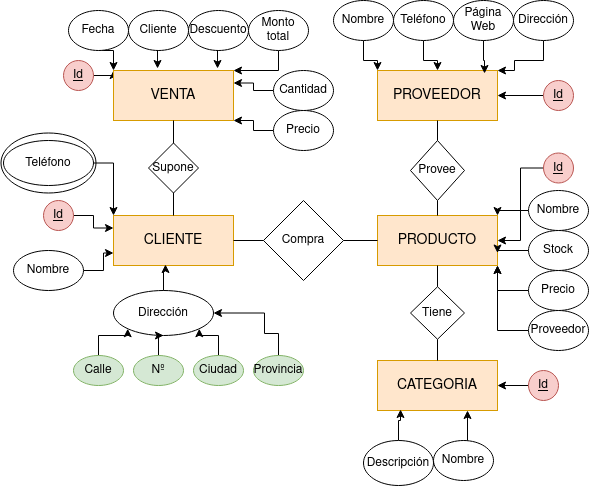
Earlier version of the draw.io export Unidad-1/Tareas/Tarea 1/Diagrama-tarea.drawio.png (IsaiasTolP/Base-Datos). Source tidied: cells renumbered, new cells last; positions are measured from the earlier drawing's top-left corner, leaving out a move shared by most shapes.
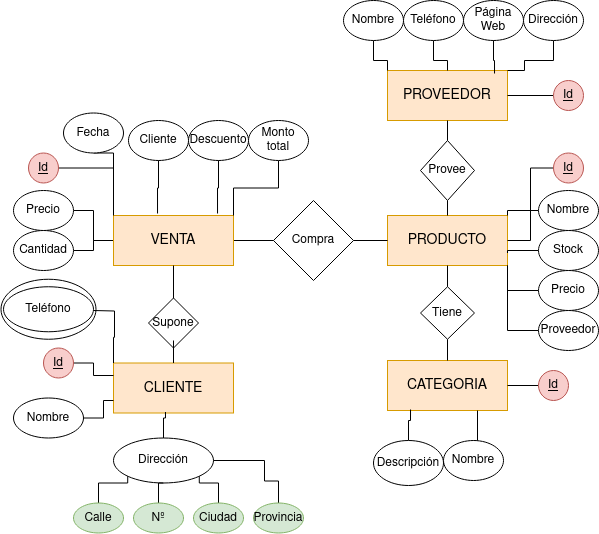
Above is the later version.

The edit, as a diff of the source:
```diff
@@ -6,7 +6,7 @@
       <mxGeometry x="376" y="70" width="120" height="50" as="geometry" />
     </mxCell>
     <mxCell id="3" value="CLIENTE" style="rounded=0;whiteSpace=wrap;html=1;fillColor=#ffe6cc;strokeColor=#d79b00;fontSize=14;" parent="1" vertex="1">
-      <mxGeometry x="112" y="215" width="120" height="50" as="geometry" />
+      <mxGeometry x="102" y="362.5" width="120" height="50" as="geometry" />
     </mxCell>
     <mxCell id="4" value="PRODUCTO" style="rounded=0;whiteSpace=wrap;html=1;fillColor=#ffe6cc;strokeColor=#d79b00;fontSize=14;" parent="1" vertex="1">
       <mxGeometry x="376" y="215" width="120" height="50" as="geometry" />
@@ -17,80 +17,77 @@
     <mxCell id="6" value="Compra" style="rhombus;whiteSpace=wrap;html=1;" parent="1" vertex="1">
       <mxGeometry x="262" y="200" width="80" height="80" as="geometry" />
     </mxCell>
-    <mxCell id="7" style="endArrow=none;html=1;rounded=0;exitX=1;exitY=0.5;exitDx=0;exitDy=0;entryX=0;entryY=0.5;entryDx=0;entryDy=0;" parent="1" edge="1" source="3" target="6">
-      <mxGeometry relative="1" as="geometry" />
-    </mxCell>
     <mxCell id="8" style="endArrow=none;html=1;rounded=0;exitX=1;exitY=0.5;exitDx=0;exitDy=0;entryX=0;entryY=0.5;entryDx=0;entryDy=0;" parent="1" edge="1" source="6" target="4">
       <mxGeometry relative="1" as="geometry" />
     </mxCell>
-    <mxCell id="9" style="edgeStyle=orthogonalEdgeStyle;rounded=0;jettySize=auto;html=1;entryX=1;entryY=0.5;entryDx=0;entryDy=0;" parent="1" edge="1" source="10" target="2">
+    <mxCell id="9" style="edgeStyle=orthogonalEdgeStyle;rounded=0;jettySize=auto;html=1;entryX=1;entryY=0.5;entryDx=0;entryDy=0;endArrow=none;endFill=0;" parent="1" edge="1" source="10" target="2">
       <mxGeometry relative="1" as="geometry" />
     </mxCell>
     <mxCell id="10" value="Id" style="ellipse;whiteSpace=wrap;html=1;fontStyle=4;fillColor=#f8cecc;strokeColor=#b85450;" parent="1" vertex="1">
       <mxGeometry x="542" y="80" width="30" height="30" as="geometry" />
     </mxCell>
-    <mxCell id="11" style="edgeStyle=orthogonalEdgeStyle;rounded=0;jettySize=auto;html=1;entryX=0;entryY=0.25;entryDx=0;entryDy=0;" parent="1" edge="1" source="12" target="3">
+    <mxCell id="11" style="edgeStyle=orthogonalEdgeStyle;rounded=0;jettySize=auto;html=1;entryX=0;entryY=0.25;entryDx=0;entryDy=0;endArrow=none;endFill=0;" parent="1" edge="1" source="12" target="3">
       <mxGeometry relative="1" as="geometry" />
     </mxCell>
     <mxCell id="12" value="Id" style="ellipse;whiteSpace=wrap;html=1;fontStyle=4;fillColor=#f8cecc;strokeColor=#b85450;" parent="1" vertex="1">
-      <mxGeometry x="42" y="200" width="30" height="30" as="geometry" />
+      <mxGeometry x="32" y="347.5" width="30" height="30" as="geometry" />
     </mxCell>
     <mxCell id="13" value="Dirección" style="ellipse;whiteSpace=wrap;html=1;" parent="1" vertex="1">
-      <mxGeometry x="112" y="290" width="100" height="45" as="geometry" />
+      <mxGeometry x="102" y="437.5" width="100" height="45" as="geometry" />
     </mxCell>
-    <mxCell id="14" style="edgeStyle=orthogonalEdgeStyle;rounded=0;jettySize=auto;html=1;exitX=1;exitY=0.5;exitDx=0;exitDy=0;entryX=0;entryY=0;entryDx=0;entryDy=0;" parent="1" edge="1" source="15" target="48">
+    <mxCell id="14" style="edgeStyle=orthogonalEdgeStyle;rounded=0;jettySize=auto;html=1;exitX=1;exitY=0.5;exitDx=0;exitDy=0;entryX=0;entryY=0;entryDx=0;entryDy=0;endArrow=none;endFill=0;" parent="1" edge="1" source="15" target="48">
       <mxGeometry relative="1" as="geometry" />
     </mxCell>
     <mxCell id="15" value="Id" style="ellipse;whiteSpace=wrap;html=1;fontStyle=4;fillColor=#f8cecc;strokeColor=#b85450;" parent="1" vertex="1">
-      <mxGeometry x="62" y="60" width="30" height="30" as="geometry" />
+      <mxGeometry x="17" y="152.5" width="30" height="30" as="geometry" />
     </mxCell>
-    <mxCell id="16" style="edgeStyle=orthogonalEdgeStyle;rounded=0;jettySize=auto;html=1;entryX=1;entryY=1;entryDx=0;entryDy=0;" parent="1" edge="1" source="17" target="13">
+    <mxCell id="16" style="edgeStyle=orthogonalEdgeStyle;rounded=0;jettySize=auto;html=1;entryX=1;entryY=1;entryDx=0;entryDy=0;endArrow=none;endFill=0;" parent="1" edge="1" source="17" target="13">
       <mxGeometry relative="1" as="geometry" />
     </mxCell>
     <mxCell id="17" value="Ciudad" style="ellipse;whiteSpace=wrap;html=1;fillColor=#d5e8d4;strokeColor=#82b366;" parent="1" vertex="1">
-      <mxGeometry x="192" y="355" width="50" height="30" as="geometry" />
+      <mxGeometry x="182" y="502.5" width="50" height="30" as="geometry" />
     </mxCell>
-    <mxCell id="18" style="edgeStyle=orthogonalEdgeStyle;rounded=0;jettySize=auto;html=1;entryX=1;entryY=0.5;entryDx=0;entryDy=0;" parent="1" edge="1" source="19" target="13">
+    <mxCell id="18" style="edgeStyle=orthogonalEdgeStyle;rounded=0;jettySize=auto;html=1;entryX=1;entryY=0.5;entryDx=0;entryDy=0;endArrow=none;endFill=0;" parent="1" edge="1" source="19" target="13">
       <mxGeometry relative="1" as="geometry">
         <Array as="points">
-          <mxPoint x="277" y="333" />
-          <mxPoint x="263" y="333" />
-          <mxPoint x="263" y="313" />
+          <mxPoint x="267" y="480.5" />
+          <mxPoint x="253" y="480.5" />
+          <mxPoint x="253" y="460.5" />
         </Array>
       </mxGeometry>
     </mxCell>
     <mxCell id="19" value="Provincia" style="ellipse;whiteSpace=wrap;html=1;fillColor=#d5e8d4;strokeColor=#82b366;" parent="1" vertex="1">
-      <mxGeometry x="252" y="355" width="50" height="30" as="geometry" />
+      <mxGeometry x="242" y="502.5" width="50" height="30" as="geometry" />
     </mxCell>
-    <mxCell id="20" style="edgeStyle=orthogonalEdgeStyle;rounded=0;jettySize=auto;html=1;entryX=0;entryY=1;entryDx=0;entryDy=0;" parent="1" edge="1" source="21" target="13">
+    <mxCell id="20" style="edgeStyle=orthogonalEdgeStyle;rounded=0;jettySize=auto;html=1;entryX=0;entryY=1;entryDx=0;entryDy=0;endArrow=none;endFill=0;" parent="1" edge="1" source="21" target="13">
       <mxGeometry relative="1" as="geometry" />
     </mxCell>
     <mxCell id="21" value="Calle" style="ellipse;whiteSpace=wrap;html=1;fillColor=#d5e8d4;strokeColor=#82b366;" parent="1" vertex="1">
-      <mxGeometry x="72" y="355" width="50" height="30" as="geometry" />
+      <mxGeometry x="62" y="502.5" width="50" height="30" as="geometry" />
     </mxCell>
-    <mxCell id="22" style="edgeStyle=orthogonalEdgeStyle;rounded=0;jettySize=auto;html=1;entryX=0.5;entryY=1;entryDx=0;entryDy=0;" parent="1" edge="1" source="23" target="13">
+    <mxCell id="22" style="edgeStyle=orthogonalEdgeStyle;rounded=0;jettySize=auto;html=1;entryX=0.5;entryY=1;entryDx=0;entryDy=0;endArrow=none;endFill=0;" parent="1" edge="1" source="23" target="13">
       <mxGeometry relative="1" as="geometry">
         <Array as="points">
-          <mxPoint x="157" y="335" />
+          <mxPoint x="147" y="482.5" />
         </Array>
       </mxGeometry>
     </mxCell>
     <mxCell id="23" value="Nº" style="ellipse;whiteSpace=wrap;html=1;fillColor=#d5e8d4;strokeColor=#82b366;" parent="1" vertex="1">
-      <mxGeometry x="132" y="355" width="50" height="30" as="geometry" />
+      <mxGeometry x="122" y="502.5" width="50" height="30" as="geometry" />
     </mxCell>
-    <mxCell id="24" style="edgeStyle=orthogonalEdgeStyle;rounded=0;jettySize=auto;html=1;entryX=0;entryY=0.75;entryDx=0;entryDy=0;" parent="1" edge="1" source="25" target="3">
+    <mxCell id="24" style="edgeStyle=orthogonalEdgeStyle;rounded=0;jettySize=auto;html=1;entryX=0;entryY=0.75;entryDx=0;entryDy=0;endArrow=none;endFill=0;" parent="1" edge="1" source="25" target="3">
       <mxGeometry relative="1" as="geometry" />
     </mxCell>
     <mxCell id="25" value="Nombre" style="ellipse;whiteSpace=wrap;html=1;" parent="1" vertex="1">
-      <mxGeometry x="12" y="250" width="70" height="40" as="geometry" />
+      <mxGeometry x="2" y="397.5" width="70" height="40" as="geometry" />
     </mxCell>
-    <mxCell id="26" style="edgeStyle=orthogonalEdgeStyle;rounded=0;jettySize=auto;html=1;entryX=0;entryY=0;entryDx=0;entryDy=0;" parent="1" edge="1" source="27" target="2">
+    <mxCell id="26" style="edgeStyle=orthogonalEdgeStyle;rounded=0;jettySize=auto;html=1;entryX=0;entryY=0;entryDx=0;entryDy=0;endArrow=none;endFill=0;" parent="1" edge="1" source="27" target="2">
       <mxGeometry relative="1" as="geometry" />
     </mxCell>
     <mxCell id="27" value="Nombre" style="ellipse;whiteSpace=wrap;html=1;" parent="1" vertex="1">
       <mxGeometry x="332" width="60" height="40" as="geometry" />
     </mxCell>
-    <mxCell id="28" style="edgeStyle=orthogonalEdgeStyle;rounded=0;jettySize=auto;html=1;entryX=1;entryY=0;entryDx=0;entryDy=0;" parent="1" edge="1" source="29" target="2">
+    <mxCell id="28" style="edgeStyle=orthogonalEdgeStyle;rounded=0;jettySize=auto;html=1;entryX=1;entryY=0;entryDx=0;entryDy=0;endArrow=none;endFill=0;" parent="1" edge="1" source="29" target="2">
       <mxGeometry relative="1" as="geometry">
         <Array as="points">
           <mxPoint x="542" y="60" />
@@ -105,16 +102,16 @@
     <mxCell id="30" value="Página Web" style="ellipse;whiteSpace=wrap;html=1;" parent="1" vertex="1">
       <mxGeometry x="452" width="60" height="40" as="geometry" />
     </mxCell>
-    <mxCell id="31" style="edgeStyle=orthogonalEdgeStyle;rounded=0;jettySize=auto;html=1;entryX=0.5;entryY=0;entryDx=0;entryDy=0;" parent="1" edge="1" source="32" target="2">
+    <mxCell id="31" style="edgeStyle=orthogonalEdgeStyle;rounded=0;jettySize=auto;html=1;entryX=0.5;entryY=0;entryDx=0;entryDy=0;endArrow=none;endFill=0;" parent="1" edge="1" source="32" target="2">
       <mxGeometry relative="1" as="geometry" />
     </mxCell>
     <mxCell id="32" value="Teléfono" style="ellipse;whiteSpace=wrap;html=1;" parent="1" vertex="1">
       <mxGeometry x="392" width="60" height="40" as="geometry" />
     </mxCell>
-    <mxCell id="33" style="edgeStyle=orthogonalEdgeStyle;rounded=0;jettySize=auto;html=1;entryX=0.892;entryY=0.06;entryDx=0;entryDy=0;entryPerimeter=0;" parent="1" edge="1" source="30" target="2">
+    <mxCell id="33" style="edgeStyle=orthogonalEdgeStyle;rounded=0;jettySize=auto;html=1;entryX=0.892;entryY=0.06;entryDx=0;entryDy=0;entryPerimeter=0;endArrow=none;endFill=0;" parent="1" edge="1" source="30" target="2">
       <mxGeometry relative="1" as="geometry" />
     </mxCell>
-    <mxCell id="34" style="edgeStyle=orthogonalEdgeStyle;rounded=0;jettySize=auto;html=1;entryX=0.433;entryY=0.98;entryDx=0;entryDy=0;entryPerimeter=0;" parent="1" edge="1" source="13" target="3">
+    <mxCell id="34" style="edgeStyle=orthogonalEdgeStyle;rounded=0;jettySize=auto;html=1;entryX=0.433;entryY=0.98;entryDx=0;entryDy=0;entryPerimeter=0;endArrow=none;endFill=0;" parent="1" edge="1" source="13" target="3">
       <mxGeometry relative="1" as="geometry" />
     </mxCell>
     <mxCell id="35" value="Provee" style="rhombus;whiteSpace=wrap;html=1;" parent="1" vertex="1">
@@ -136,110 +133,116 @@
       <mxGeometry relative="1" as="geometry" />
     </mxCell>
     <mxCell id="41" style="ellipse;whiteSpace=wrap;html=1;" parent="1" vertex="1">
-      <mxGeometry x="-0.5" y="132.5" width="95" height="60" as="geometry" />
+      <mxGeometry x="-10.5" y="278.8" width="95" height="60" as="geometry" />
     </mxCell>
-    <mxCell id="42" style="edgeStyle=orthogonalEdgeStyle;rounded=0;jettySize=auto;html=1;exitX=1;exitY=0.5;exitDx=0;exitDy=0;entryX=0;entryY=0;entryDx=0;entryDy=0;" parent="1" edge="1" source="43" target="3">
-      <mxGeometry relative="1" as="geometry" />
+    <mxCell id="42" style="edgeStyle=orthogonalEdgeStyle;rounded=0;jettySize=auto;html=1;exitX=1;exitY=0.5;exitDx=0;exitDy=0;entryX=0;entryY=0;entryDx=0;entryDy=0;endArrow=none;endFill=0;" parent="1" edge="1" target="3">
+      <mxGeometry relative="1" as="geometry">
+        <mxPoint x="82" y="310" as="sourcePoint" />
+      </mxGeometry>
     </mxCell>
     <mxCell id="43" value="Teléfono" style="ellipse;whiteSpace=wrap;html=1;" parent="1" vertex="1">
-      <mxGeometry x="2" y="140" width="90" height="45" as="geometry" />
+      <mxGeometry x="-8" y="286.2" width="90" height="45" as="geometry" />
     </mxCell>
-    <mxCell id="44" style="edgeStyle=orthogonalEdgeStyle;rounded=0;jettySize=auto;html=1;entryX=1;entryY=1;entryDx=0;entryDy=0;" parent="1" edge="1" source="45" target="48">
-      <mxGeometry relative="1" as="geometry">
-        <Array as="points">
-          <mxPoint x="252" y="130" />
-          <mxPoint x="252" y="120" />
-        </Array>
-      </mxGeometry>
+    <mxCell id="44" style="edgeStyle=orthogonalEdgeStyle;rounded=0;jettySize=auto;html=1;exitX=1;exitY=0.5;exitDx=0;exitDy=0;entryX=0;entryY=0.5;entryDx=0;entryDy=0;endArrow=none;endFill=0;" parent="1" edge="1" source="45" target="48">
+      <mxGeometry relative="1" as="geometry" />
     </mxCell>
     <mxCell id="45" value="Precio" style="ellipse;whiteSpace=wrap;html=1;" parent="1" vertex="1">
-      <mxGeometry x="272" y="110" width="60" height="40" as="geometry" />
+      <mxGeometry x="2" y="190" width="60" height="40" as="geometry" />
     </mxCell>
-    <mxCell id="46" style="edgeStyle=orthogonalEdgeStyle;rounded=0;jettySize=auto;html=1;entryX=1;entryY=0.25;entryDx=0;entryDy=0;" parent="1" edge="1" source="47" target="48">
+    <mxCell id="46" style="edgeStyle=orthogonalEdgeStyle;rounded=0;jettySize=auto;html=1;endArrow=none;endFill=0;" parent="1" edge="1" source="47" target="48">
       <mxGeometry relative="1" as="geometry" />
     </mxCell>
     <mxCell id="47" value="Cantidad" style="ellipse;whiteSpace=wrap;html=1;" parent="1" vertex="1">
-      <mxGeometry x="272" y="70" width="60" height="40" as="geometry" />
+      <mxGeometry x="2" y="230" width="60" height="40" as="geometry" />
     </mxCell>
+    <mxCell id="76" style="edgeStyle=orthogonalEdgeStyle;rounded=0;jettySize=auto;html=1;endArrow=none;endFill=0;" parent="1" edge="1" source="48" target="6">
+      <mxGeometry relative="1" as="geometry" />
+    </mxCell>
     <mxCell id="48" value="VENTA" style="rounded=0;whiteSpace=wrap;html=1;fillColor=#ffe6cc;strokeColor=#d79b00;fontSize=14;" parent="1" vertex="1">
-      <mxGeometry x="112" y="70" width="120" height="50" as="geometry" />
+      <mxGeometry x="102" y="215" width="120" height="50" as="geometry" />
     </mxCell>
     <mxCell id="49" value="Supone" style="rhombus;whiteSpace=wrap;html=1;" parent="1" vertex="1">
-      <mxGeometry x="147" y="142.5" width="50" height="50" as="geometry" />
+      <mxGeometry x="137" y="297.5" width="50" height="50" as="geometry" />
     </mxCell>
     <mxCell id="50" style="endArrow=none;html=1;rounded=0;entryX=0.5;entryY=1;entryDx=0;entryDy=0;exitX=0.5;exitY=0;exitDx=0;exitDy=0;" parent="1" edge="1" source="49" target="48">
       <mxGeometry relative="1" as="geometry" />
     </mxCell>
-    <mxCell id="51" style="endArrow=none;html=1;rounded=0;entryX=0.5;entryY=1;entryDx=0;entryDy=0;exitX=0.5;exitY=0;exitDx=0;exitDy=0;" parent="1" edge="1" source="3" target="49">
-      <mxGeometry relative="1" as="geometry" />
+    <mxCell id="51" style="endArrow=none;html=1;rounded=0;entryX=0.5;entryY=1;entryDx=0;entryDy=0;exitX=0.5;exitY=0;exitDx=0;exitDy=0;" parent="1" edge="1" source="3">
+      <mxGeometry relative="1" as="geometry">
+        <mxPoint x="162" y="340" as="targetPoint" />
+      </mxGeometry>
     </mxCell>
-    <mxCell id="52" style="edgeStyle=orthogonalEdgeStyle;rounded=0;jettySize=auto;html=1;exitX=0.5;exitY=1;exitDx=0;exitDy=0;entryX=0;entryY=0;entryDx=0;entryDy=0;" parent="1" edge="1" source="53" target="48">
-      <mxGeometry relative="1" as="geometry" />
+    <mxCell id="52" style="edgeStyle=orthogonalEdgeStyle;rounded=0;jettySize=auto;html=1;exitX=0.5;exitY=1;exitDx=0;exitDy=0;entryX=0;entryY=0;entryDx=0;entryDy=0;endArrow=none;endFill=0;" parent="1" edge="1" source="53" target="48">
+      <mxGeometry relative="1" as="geometry">
+        <Array as="points">
+          <mxPoint x="102" y="153" />
+        </Array>
+      </mxGeometry>
     </mxCell>
     <mxCell id="53" value="Fecha" style="ellipse;whiteSpace=wrap;html=1;" parent="1" vertex="1">
-      <mxGeometry x="67" y="10" width="60" height="40" as="geometry" />
+      <mxGeometry x="52" y="112.5" width="60" height="40" as="geometry" />
     </mxCell>
     <mxCell id="54" value="Cliente" style="ellipse;whiteSpace=wrap;html=1;" parent="1" vertex="1">
-      <mxGeometry x="127" y="10" width="60" height="40" as="geometry" />
+      <mxGeometry x="117" y="120" width="60" height="40" as="geometry" />
     </mxCell>
     <mxCell id="55" value="Descuento" style="ellipse;whiteSpace=wrap;html=1;" parent="1" vertex="1">
-      <mxGeometry x="187" y="10" width="60" height="40" as="geometry" />
+      <mxGeometry x="177" y="120" width="60" height="40" as="geometry" />
     </mxCell>
-    <mxCell id="56" style="edgeStyle=orthogonalEdgeStyle;rounded=0;jettySize=auto;html=1;exitX=0;exitY=0.5;exitDx=0;exitDy=0;entryX=1;entryY=0.5;entryDx=0;entryDy=0;" parent="1" edge="1" source="57" target="5">
+    <mxCell id="56" style="edgeStyle=orthogonalEdgeStyle;rounded=0;jettySize=auto;html=1;exitX=0;exitY=0.5;exitDx=0;exitDy=0;entryX=1;entryY=0.5;entryDx=0;entryDy=0;endArrow=none;endFill=0;" parent="1" edge="1" source="57" target="5">
       <mxGeometry relative="1" as="geometry" />
     </mxCell>
     <mxCell id="57" value="Id" style="ellipse;whiteSpace=wrap;html=1;fontStyle=4;fillColor=#f8cecc;strokeColor=#b85450;" parent="1" vertex="1">
       <mxGeometry x="527" y="370" width="30" height="30" as="geometry" />
     </mxCell>
-    <mxCell id="58" style="edgeStyle=orthogonalEdgeStyle;rounded=0;jettySize=auto;html=1;exitX=0;exitY=0.5;exitDx=0;exitDy=0;entryX=1;entryY=0.5;entryDx=0;entryDy=0;" parent="1" edge="1" source="59" target="4">
+    <mxCell id="58" style="edgeStyle=orthogonalEdgeStyle;rounded=0;jettySize=auto;html=1;exitX=0;exitY=0.5;exitDx=0;exitDy=0;entryX=1;entryY=0.5;entryDx=0;entryDy=0;endArrow=none;endFill=0;" parent="1" edge="1" source="59" target="4">
       <mxGeometry relative="1" as="geometry" />
     </mxCell>
     <mxCell id="59" value="Id" style="ellipse;whiteSpace=wrap;html=1;fontStyle=4;fillColor=#f8cecc;strokeColor=#b85450;" parent="1" vertex="1">
       <mxGeometry x="542" y="152.5" width="30" height="30" as="geometry" />
     </mxCell>
-    <mxCell id="60" style="edgeStyle=orthogonalEdgeStyle;rounded=0;jettySize=auto;html=1;exitX=0.5;exitY=1;exitDx=0;exitDy=0;entryX=1;entryY=0;entryDx=0;entryDy=0;" parent="1" edge="1" source="61" target="48">
+    <mxCell id="60" style="edgeStyle=orthogonalEdgeStyle;rounded=0;jettySize=auto;html=1;exitX=0.5;exitY=1;exitDx=0;exitDy=0;entryX=1;entryY=0;entryDx=0;entryDy=0;endArrow=none;endFill=0;" parent="1" edge="1" source="61" target="48">
       <mxGeometry relative="1" as="geometry" />
     </mxCell>
     <mxCell id="61" value="Monto total" style="ellipse;whiteSpace=wrap;html=1;" parent="1" vertex="1">
-      <mxGeometry x="247" y="10" width="60" height="40" as="geometry" />
+      <mxGeometry x="237" y="120" width="60" height="40" as="geometry" />
     </mxCell>
-    <mxCell id="62" style="edgeStyle=orthogonalEdgeStyle;rounded=0;jettySize=auto;html=1;exitX=0.5;exitY=1;exitDx=0;exitDy=0;entryX=0.867;entryY=-0.04;entryDx=0;entryDy=0;entryPerimeter=0;" parent="1" edge="1" source="55" target="48">
+    <mxCell id="62" style="edgeStyle=orthogonalEdgeStyle;rounded=0;jettySize=auto;html=1;exitX=0.5;exitY=1;exitDx=0;exitDy=0;entryX=0.867;entryY=-0.04;entryDx=0;entryDy=0;entryPerimeter=0;endArrow=none;endFill=0;" parent="1" edge="1" source="55" target="48">
       <mxGeometry relative="1" as="geometry" />
     </mxCell>
-    <mxCell id="63" style="edgeStyle=orthogonalEdgeStyle;rounded=0;jettySize=auto;html=1;exitX=0.5;exitY=1;exitDx=0;exitDy=0;entryX=0.367;entryY=-0.04;entryDx=0;entryDy=0;entryPerimeter=0;" parent="1" edge="1" source="54" target="48">
+    <mxCell id="63" style="edgeStyle=orthogonalEdgeStyle;rounded=0;jettySize=auto;html=1;exitX=0.5;exitY=1;exitDx=0;exitDy=0;entryX=0.367;entryY=-0.04;entryDx=0;entryDy=0;entryPerimeter=0;endArrow=none;endFill=0;" parent="1" edge="1" source="54" target="48">
       <mxGeometry relative="1" as="geometry" />
     </mxCell>
-    <mxCell id="64" style="edgeStyle=orthogonalEdgeStyle;rounded=0;jettySize=auto;html=1;exitX=0.5;exitY=0;exitDx=0;exitDy=0;entryX=0.75;entryY=1;entryDx=0;entryDy=0;" parent="1" edge="1" source="65" target="5">
+    <mxCell id="64" style="edgeStyle=orthogonalEdgeStyle;rounded=0;jettySize=auto;html=1;exitX=0.5;exitY=0;exitDx=0;exitDy=0;entryX=0.75;entryY=1;entryDx=0;entryDy=0;endArrow=none;endFill=0;" parent="1" edge="1" source="65" target="5">
       <mxGeometry relative="1" as="geometry" />
     </mxCell>
     <mxCell id="65" value="Nombre" style="ellipse;whiteSpace=wrap;html=1;" parent="1" vertex="1">
       <mxGeometry x="432" y="440" width="60" height="40" as="geometry" />
     </mxCell>
-    <mxCell id="66" style="edgeStyle=orthogonalEdgeStyle;rounded=0;jettySize=auto;html=1;entryX=0.192;entryY=0.98;entryDx=0;entryDy=0;entryPerimeter=0;" parent="1" edge="1" source="67" target="5">
+    <mxCell id="66" style="edgeStyle=orthogonalEdgeStyle;rounded=0;jettySize=auto;html=1;entryX=0.192;entryY=0.98;entryDx=0;entryDy=0;entryPerimeter=0;endArrow=none;endFill=0;" parent="1" edge="1" source="67" target="5">
       <mxGeometry relative="1" as="geometry" />
     </mxCell>
     <mxCell id="67" value="Descripción" style="ellipse;whiteSpace=wrap;html=1;" parent="1" vertex="1">
       <mxGeometry x="362" y="440" width="70" height="45" as="geometry" />
     </mxCell>
-    <mxCell id="68" style="edgeStyle=orthogonalEdgeStyle;rounded=0;jettySize=auto;html=1;exitX=0;exitY=0.5;exitDx=0;exitDy=0;entryX=1;entryY=0;entryDx=0;entryDy=0;" parent="1" edge="1" source="69" target="4">
+    <mxCell id="68" style="edgeStyle=orthogonalEdgeStyle;rounded=0;jettySize=auto;html=1;exitX=0;exitY=0.5;exitDx=0;exitDy=0;entryX=1;entryY=0;entryDx=0;entryDy=0;endArrow=none;endFill=0;" parent="1" edge="1" source="69" target="4">
       <mxGeometry relative="1" as="geometry" />
     </mxCell>
     <mxCell id="69" value="Nombre" style="ellipse;whiteSpace=wrap;html=1;" parent="1" vertex="1">
       <mxGeometry x="527" y="190" width="60" height="40" as="geometry" />
     </mxCell>
-    <mxCell id="70" style="edgeStyle=orthogonalEdgeStyle;rounded=0;jettySize=auto;html=1;exitX=0;exitY=0.5;exitDx=0;exitDy=0;entryX=1;entryY=0.75;entryDx=0;entryDy=0;" parent="1" edge="1" source="71" target="4">
+    <mxCell id="70" style="edgeStyle=orthogonalEdgeStyle;rounded=0;jettySize=auto;html=1;exitX=0;exitY=0.5;exitDx=0;exitDy=0;entryX=1;entryY=0.75;entryDx=0;entryDy=0;endArrow=none;endFill=0;" parent="1" edge="1" source="71" target="4">
       <mxGeometry relative="1" as="geometry" />
     </mxCell>
     <mxCell id="71" value="Stock" style="ellipse;whiteSpace=wrap;html=1;" parent="1" vertex="1">
       <mxGeometry x="527" y="230" width="60" height="40" as="geometry" />
     </mxCell>
-    <mxCell id="72" style="edgeStyle=orthogonalEdgeStyle;rounded=0;jettySize=auto;html=1;exitX=0;exitY=0.5;exitDx=0;exitDy=0;entryX=1;entryY=1;entryDx=0;entryDy=0;" parent="1" edge="1" source="73" target="4">
+    <mxCell id="72" style="edgeStyle=orthogonalEdgeStyle;rounded=0;jettySize=auto;html=1;exitX=0;exitY=0.5;exitDx=0;exitDy=0;entryX=1;entryY=1;entryDx=0;entryDy=0;endArrow=none;endFill=0;" parent="1" edge="1" source="73" target="4">
       <mxGeometry relative="1" as="geometry" />
     </mxCell>
     <mxCell id="73" value="Precio" style="ellipse;whiteSpace=wrap;html=1;" parent="1" vertex="1">
       <mxGeometry x="527" y="270" width="60" height="40" as="geometry" />
     </mxCell>
-    <mxCell id="74" style="edgeStyle=orthogonalEdgeStyle;rounded=0;jettySize=auto;html=1;exitX=0;exitY=0.5;exitDx=0;exitDy=0;entryX=1;entryY=1;entryDx=0;entryDy=0;" parent="1" edge="1" source="75" target="4">
+    <mxCell id="74" style="edgeStyle=orthogonalEdgeStyle;rounded=0;jettySize=auto;html=1;exitX=0;exitY=0.5;exitDx=0;exitDy=0;entryX=1;entryY=1;entryDx=0;entryDy=0;endArrow=none;endFill=0;" parent="1" edge="1" source="75" target="4">
       <mxGeometry relative="1" as="geometry" />
     </mxCell>
     <mxCell id="75" value="Proveedor" style="ellipse;whiteSpace=wrap;html=1;" parent="1" vertex="1">
```
